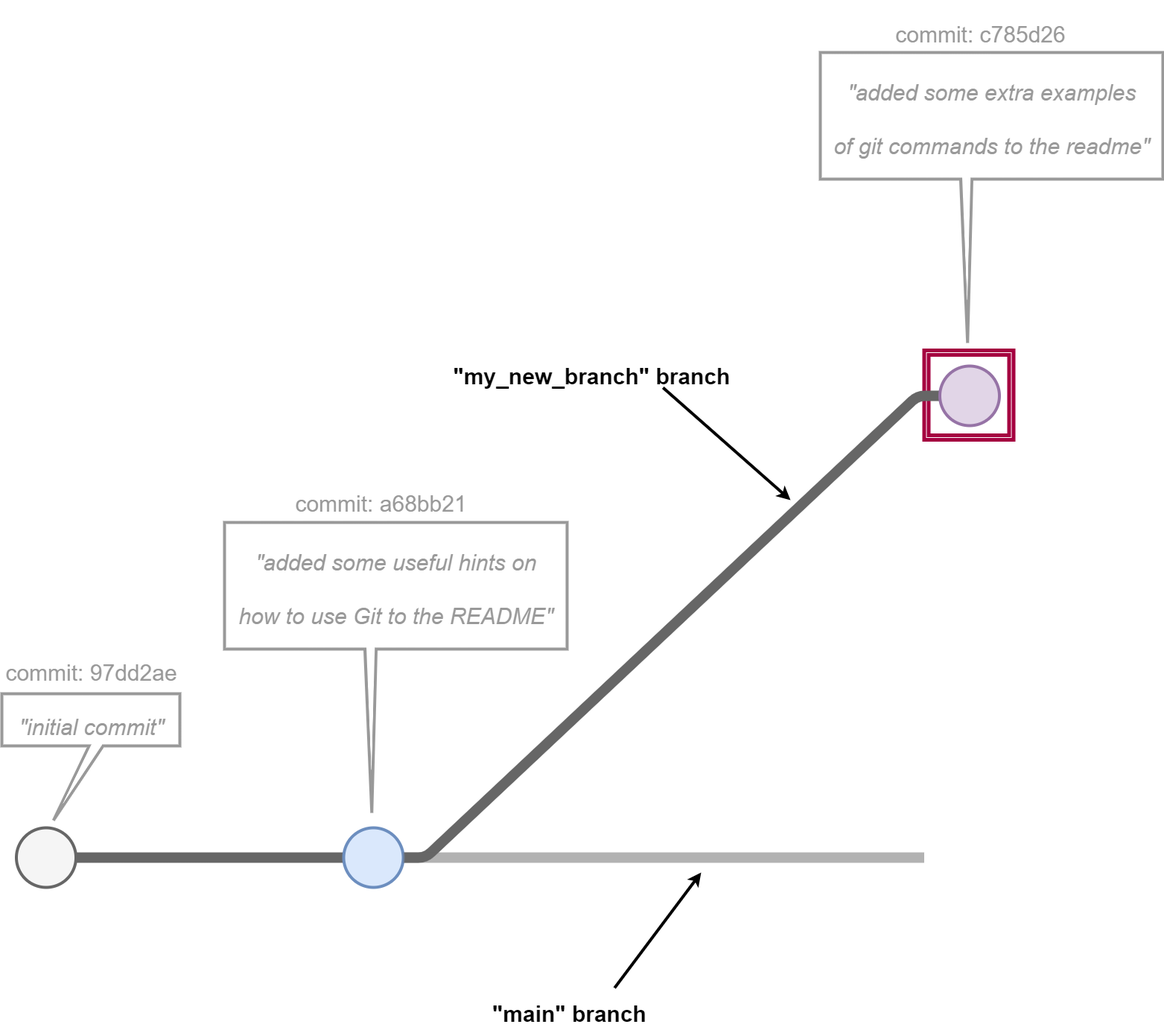
SheCodesAus/what_is_git keeps this draw.io diagram as img/before_merge.drawio.png. Above is the earlier version. Source tidied: cells renumbered, new cells last; positions are measured from the earlier drawing's top-left corner, leaving out a move shared by most shapes. Its diagram source:
```xml
<mxGraphModel>
  <root>
    <mxCell id="0" />
    <mxCell id="1" parent="0" />
    <mxCell id="2" style="shape=callout;whiteSpace=wrap;html=1;perimeter=calloutPerimeter;strokeWidth=4;base=15;size=220;position=0.41;position2=0.43;strokeColor=#999999;" parent="1" vertex="1">
      <mxGeometry x="1099" y="59" width="460" height="390" as="geometry" />
    </mxCell>
    <mxCell id="3" style="shape=callout;whiteSpace=wrap;html=1;perimeter=calloutPerimeter;strokeWidth=4;base=15;size=220;position=0.41;position2=0.43;strokeColor=#999999;" parent="1" vertex="1">
      <mxGeometry x="299" y="690" width="460" height="390" as="geometry" />
    </mxCell>
    <mxCell id="4" value="&lt;font style=&quot;&quot;&gt;&lt;i style=&quot;font-size: 30px; font-weight: normal;&quot;&gt;&quot;&lt;/i&gt;&lt;span style=&quot;background-color: initial; font-size: 30px; font-weight: 400;&quot;&gt;&lt;i&gt;added some useful hints on &lt;br&gt;how to use Git to the README&lt;/i&gt;&lt;/span&gt;&lt;i style=&quot;font-size: 30px; font-weight: normal;&quot;&gt;&quot;&lt;/i&gt;&lt;/font&gt;" style="text;strokeColor=none;fillColor=none;html=1;fontSize=60;fontStyle=1;verticalAlign=middle;align=center;fontColor=#999999;spacing=0;" parent="1" vertex="1">
      <mxGeometry x="299" y="695" width="460" height="150" as="geometry" />
    </mxCell>
    <mxCell id="5" style="shape=ext;double=1;whiteSpace=wrap;html=1;fillColor=none;strokeWidth=5;strokeColor=#A50040;fontColor=#ffffff;" parent="1" vertex="1">
      <mxGeometry x="1238.5" y="459" width="120" height="120" as="geometry" />
    </mxCell>
    <mxCell id="6" style="ellipse;whiteSpace=wrap;html=1;strokeWidth=4;fillColor=#f5f5f5;fontColor=#333333;strokeColor=#666666;" parent="1" vertex="1">
      <mxGeometry x="19.5" y="1100" width="80" height="80" as="geometry" />
    </mxCell>
    <mxCell id="7" style="endArrow=none;html=1;exitX=1;exitY=0.5;exitDx=0;exitDy=0;strokeWidth=14;strokeColor=#666666;entryX=0;entryY=0.5;entryDx=0;entryDy=0;" parent="1" edge="1" source="6" target="9">
      <mxGeometry relative="1" as="geometry" />
    </mxCell>
    <mxCell id="8" style="edgeStyle=entityRelationEdgeStyle;html=1;strokeWidth=14;strokeColor=#666666;endArrow=none;endFill=0;entryX=0;entryY=0.5;entryDx=0;entryDy=0;" parent="1" edge="1" source="9" target="15">
      <mxGeometry relative="1" as="geometry" />
    </mxCell>
    <mxCell id="9" style="ellipse;whiteSpace=wrap;html=1;strokeWidth=4;fillColor=#dae8fc;strokeColor=#6c8ebf;" parent="1" vertex="1">
      <mxGeometry x="459" y="1100" width="80" height="80" as="geometry" />
    </mxCell>
    <mxCell id="10" style="endArrow=none;html=1;strokeWidth=14;strokeColor=#666666;entryX=0;entryY=0.5;entryDx=0;entryDy=0;exitX=1;exitY=0.5;exitDx=0;exitDy=0;edgeStyle=entityRelationEdgeStyle;opacity=50;" parent="1" edge="1" source="9">
      <mxGeometry relative="1" as="geometry">
        <mxPoint x="1238.5" y="1140" as="targetPoint" />
      </mxGeometry>
    </mxCell>
    <mxCell id="11" style="shape=callout;whiteSpace=wrap;html=1;perimeter=calloutPerimeter;strokeWidth=4;base=19;size=100;position=0.49;position2=0.29;strokeColor=#999999;" parent="1" vertex="1">
      <mxGeometry y="920" width="239" height="170" as="geometry" />
    </mxCell>
    <mxCell id="12" value="&lt;font style=&quot;font-size: 30px;&quot;&gt;&lt;i style=&quot;font-weight: normal;&quot;&gt;&quot;initial commit&quot;&lt;/i&gt;&lt;/font&gt;" style="text;strokeColor=none;fillColor=none;html=1;fontSize=60;fontStyle=1;verticalAlign=middle;align=center;fontColor=#999999;" parent="1" vertex="1">
      <mxGeometry y="930" width="240" height="50" as="geometry" />
    </mxCell>
    <mxCell id="13" value="&lt;span style=&quot;font-weight: normal;&quot;&gt;&lt;font style=&quot;&quot; color=&quot;#999999&quot;&gt;&lt;span style=&quot;font-size: 30px;&quot;&gt;commit:&amp;nbsp;&lt;/span&gt;&lt;span style=&quot;text-align: left;&quot;&gt;&lt;font style=&quot;font-size: 30px;&quot;&gt;97dd2ae&lt;/font&gt;&lt;/span&gt;&lt;/font&gt;&lt;/span&gt;" style="text;strokeColor=none;fillColor=none;html=1;fontSize=60;fontStyle=1;verticalAlign=middle;align=center;" parent="1" vertex="1">
      <mxGeometry x="44.9" y="857" width="150.2" height="50" as="geometry" />
    </mxCell>
    <mxCell id="14" value="&lt;div style=&quot;text-align: left;&quot;&gt;&lt;span style=&quot;background-color: initial; font-weight: normal;&quot;&gt;&lt;font color=&quot;#999999&quot;&gt;&lt;span style=&quot;font-size: 30px;&quot;&gt;commit:&amp;nbsp;&lt;/span&gt;&lt;/font&gt;&lt;/span&gt;&lt;span style=&quot;background-color: initial; font-size: 30px; font-weight: 400;&quot;&gt;&lt;font color=&quot;#999999&quot;&gt;a68bb21&lt;/font&gt;&lt;/span&gt;&lt;/div&gt;" style="text;strokeColor=none;fillColor=none;html=1;fontSize=60;fontStyle=1;verticalAlign=middle;align=center;" parent="1" vertex="1">
      <mxGeometry x="433.4" y="630" width="150.2" height="50" as="geometry" />
    </mxCell>
    <mxCell id="15" style="ellipse;whiteSpace=wrap;html=1;strokeWidth=4;fillColor=#e1d5e7;strokeColor=#9673a6;" parent="1" vertex="1">
      <mxGeometry x="1259.5" y="480" width="80" height="80" as="geometry" />
    </mxCell>
    <mxCell id="16" value="&lt;div style=&quot;text-align: left;&quot;&gt;&lt;span style=&quot;background-color: initial; font-weight: normal;&quot;&gt;&lt;font color=&quot;#999999&quot;&gt;&lt;span style=&quot;font-size: 30px;&quot;&gt;commit: c785d26&lt;/span&gt;&lt;/font&gt;&lt;/span&gt;&lt;/div&gt;" style="text;strokeColor=none;fillColor=none;html=1;fontSize=60;fontStyle=1;verticalAlign=middle;align=center;" parent="1" vertex="1">
      <mxGeometry x="1239" width="150.2" height="50" as="geometry" />
    </mxCell>
    <mxCell id="17" style="edgeStyle=none;html=1;fontColor=#999999;strokeWidth=4;exitX=0.75;exitY=0;exitDx=0;exitDy=0;" parent="1" edge="1" source="18">
      <mxGeometry relative="1" as="geometry">
        <mxPoint x="939" y="1160" as="targetPoint" />
      </mxGeometry>
    </mxCell>
    <mxCell id="18" value="&lt;span style=&quot;font-size: 30px;&quot;&gt;&quot;main&quot; branch&lt;/span&gt;" style="text;strokeColor=none;fillColor=none;html=1;fontSize=60;fontStyle=1;verticalAlign=middle;align=center;" parent="1" vertex="1">
      <mxGeometry x="639" y="1315" width="245" height="50" as="geometry" />
    </mxCell>
    <mxCell id="19" style="edgeStyle=none;html=1;fontColor=#999999;strokeWidth=4;exitX=0.75;exitY=1;exitDx=0;exitDy=0;" parent="1" edge="1" source="20">
      <mxGeometry relative="1" as="geometry">
        <mxPoint x="1059" y="660" as="targetPoint" />
      </mxGeometry>
    </mxCell>
    <mxCell id="20" value="&lt;span style=&quot;font-size: 30px;&quot;&gt;&quot;my_new_branch&quot; branch&lt;/span&gt;" style="text;strokeColor=none;fillColor=none;html=1;fontSize=60;fontStyle=1;verticalAlign=middle;align=center;" parent="1" vertex="1">
      <mxGeometry x="599" y="459" width="385" height="50" as="geometry" />
    </mxCell>
    <mxCell id="21" value="&lt;font style=&quot;&quot;&gt;&lt;i style=&quot;font-size: 30px; font-weight: normal;&quot;&gt;&quot;&lt;/i&gt;&lt;i style=&quot;&quot;&gt;&lt;span style=&quot;font-size: 30px; font-weight: 400;&quot;&gt;added some extra examples &lt;br&gt;of git commands to the readme&lt;/span&gt;&lt;span style=&quot;font-size: 30px; font-weight: normal;&quot;&gt;&quot;&lt;/span&gt;&lt;/i&gt;&lt;/font&gt;" style="text;strokeColor=none;fillColor=none;html=1;fontSize=60;fontStyle=1;verticalAlign=middle;align=center;fontColor=#999999;spacing=0;" parent="1" vertex="1">
      <mxGeometry x="1099" y="64" width="460" height="150" as="geometry" />
    </mxCell>
  </root>
</mxGraphModel>
```
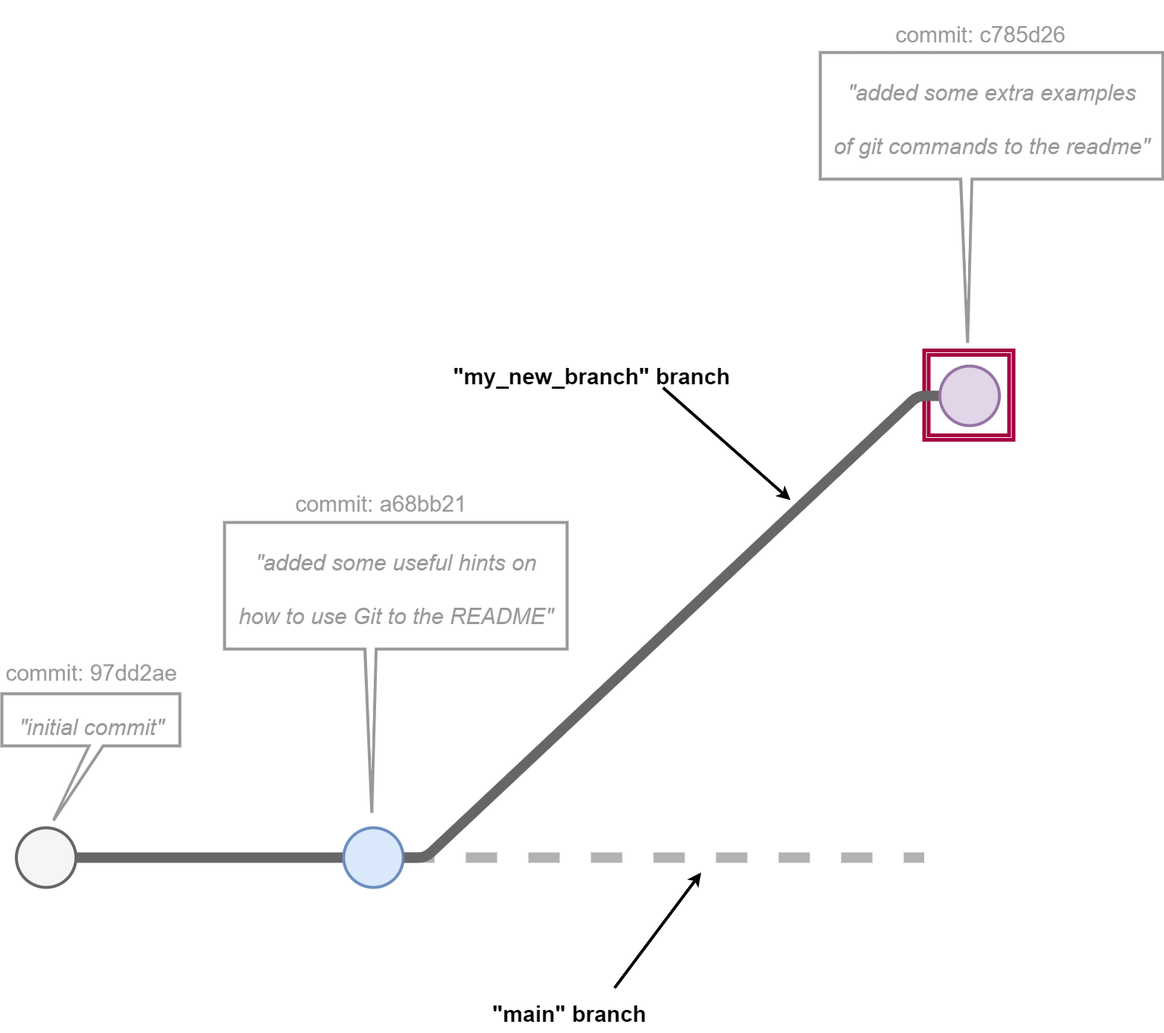
Above is the later version.

The edit, as a diff of the source:
```diff
@@ -26,7 +26,7 @@
     <mxCell id="9" style="ellipse;whiteSpace=wrap;html=1;strokeWidth=4;fillColor=#dae8fc;strokeColor=#6c8ebf;" parent="1" vertex="1">
       <mxGeometry x="459" y="1100" width="80" height="80" as="geometry" />
     </mxCell>
-    <mxCell id="10" style="endArrow=none;html=1;strokeWidth=14;strokeColor=#666666;entryX=0;entryY=0.5;entryDx=0;entryDy=0;exitX=1;exitY=0.5;exitDx=0;exitDy=0;edgeStyle=entityRelationEdgeStyle;opacity=50;" parent="1" edge="1" source="9">
+    <mxCell id="10" style="endArrow=none;html=1;strokeWidth=14;strokeColor=#666666;entryX=0;entryY=0.5;entryDx=0;entryDy=0;exitX=1;exitY=0.5;exitDx=0;exitDy=0;edgeStyle=entityRelationEdgeStyle;opacity=50;dashed=1;" parent="1" edge="1" source="9">
       <mxGeometry relative="1" as="geometry">
         <mxPoint x="1238.5" y="1140" as="targetPoint" />
       </mxGeometry>
```
